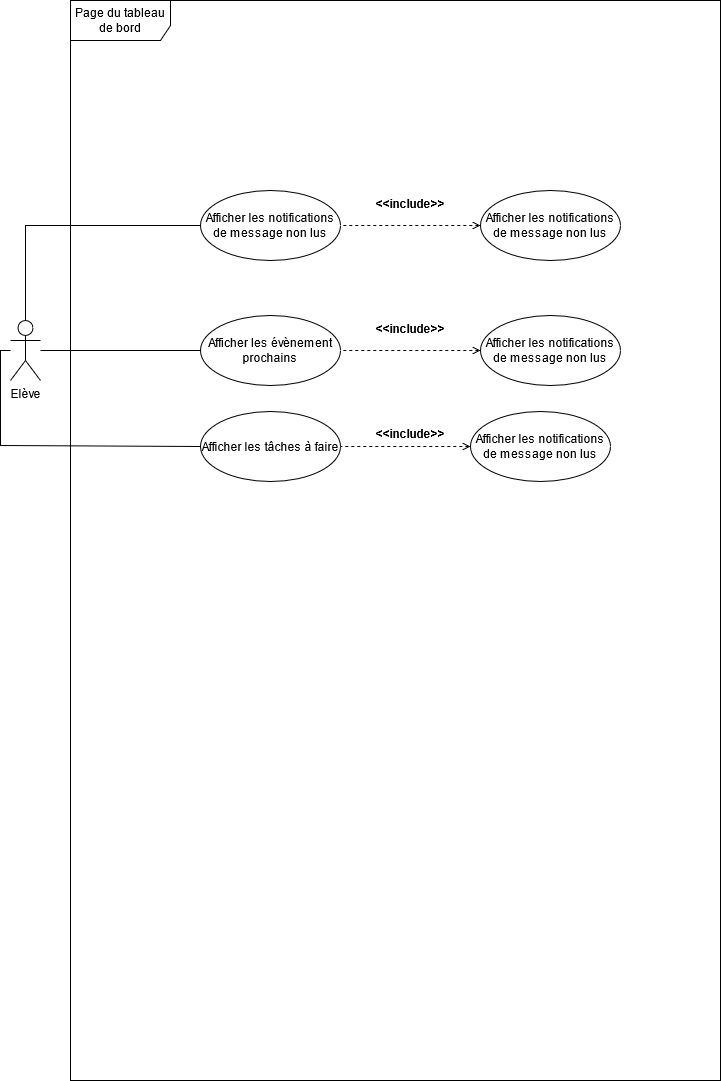
Dany-cm/P3_Designez_une_application keeps this draw.io diagram as UML/uml_page_tableau_de_bord.png. Above is the earlier version. Source tidied: cells renumbered, new cells last; positions are measured from the earlier drawing's top-left corner, leaving out a move shared by most shapes. The source it was exported from:
```xml
<mxGraphModel>
  <root>
    <mxCell id="0" />
    <mxCell id="1" parent="0" />
    <mxCell id="2" style="edgeStyle=orthogonalEdgeStyle;rounded=0;sketch=0;jettySize=auto;html=1;entryX=0;entryY=0.5;entryDx=0;entryDy=0;endArrow=none;endFill=0;" parent="1" edge="1" source="5" target="8">
      <mxGeometry relative="1" as="geometry">
        <Array as="points">
          <mxPoint x="25" y="225" />
        </Array>
      </mxGeometry>
    </mxCell>
    <mxCell id="3" style="edgeStyle=orthogonalEdgeStyle;rounded=0;sketch=0;jettySize=auto;html=1;entryX=0;entryY=0.5;entryDx=0;entryDy=0;endArrow=none;endFill=0;" parent="1" edge="1" source="5" target="9">
      <mxGeometry relative="1" as="geometry">
        <Array as="points">
          <mxPoint y="350" />
          <mxPoint y="445" />
        </Array>
      </mxGeometry>
    </mxCell>
    <mxCell id="4" style="edgeStyle=orthogonalEdgeStyle;rounded=0;sketch=0;jettySize=auto;html=1;startArrow=none;startFill=0;endArrow=none;endFill=0;" parent="1" edge="1" source="5" target="7">
      <mxGeometry relative="1" as="geometry" />
    </mxCell>
    <mxCell id="5" value="Elève" style="shape=umlActor;verticalLabelPosition=bottom;verticalAlign=top;html=1;" parent="1" vertex="1">
      <mxGeometry x="10" y="320" width="30" height="60" as="geometry" />
    </mxCell>
    <mxCell id="6" value="Page du tableau de bord" style="shape=umlFrame;whiteSpace=wrap;html=1;width=100;height=40;" parent="1" vertex="1">
      <mxGeometry x="70" width="650" height="1080" as="geometry" />
    </mxCell>
    <mxCell id="7" value="Afficher les évènement prochains" style="ellipse;whiteSpace=wrap;html=1;" parent="1" vertex="1">
      <mxGeometry x="200" y="315" width="140" height="70" as="geometry" />
    </mxCell>
    <mxCell id="8" value="Afficher les notifications de message non lus" style="ellipse;whiteSpace=wrap;html=1;" parent="1" vertex="1">
      <mxGeometry x="200" y="190" width="140" height="70" as="geometry" />
    </mxCell>
    <mxCell id="9" value="Afficher les tâches à faire" style="ellipse;whiteSpace=wrap;html=1;" parent="1" vertex="1">
      <mxGeometry x="200" y="411" width="140" height="70" as="geometry" />
    </mxCell>
    <mxCell id="10" style="edgeStyle=orthogonalEdgeStyle;rounded=0;sketch=0;jettySize=auto;html=1;entryX=1;entryY=0.5;entryDx=0;entryDy=0;startArrow=open;startFill=0;endArrow=none;endFill=0;dashed=1;" parent="1" edge="1" source="11" target="8">
      <mxGeometry relative="1" as="geometry" />
    </mxCell>
    <mxCell id="11" value="Afficher les notifications de message non lus" style="ellipse;whiteSpace=wrap;html=1;" parent="1" vertex="1">
      <mxGeometry x="480" y="190" width="140" height="70" as="geometry" />
    </mxCell>
    <mxCell id="12" style="edgeStyle=orthogonalEdgeStyle;rounded=0;sketch=0;jettySize=auto;html=1;dashed=1;startArrow=open;startFill=0;endArrow=none;endFill=0;" parent="1" edge="1" source="13" target="7">
      <mxGeometry relative="1" as="geometry" />
    </mxCell>
    <mxCell id="13" value="Afficher les notifications de message non lus" style="ellipse;whiteSpace=wrap;html=1;" parent="1" vertex="1">
      <mxGeometry x="480" y="315" width="140" height="70" as="geometry" />
    </mxCell>
    <mxCell id="14" style="edgeStyle=orthogonalEdgeStyle;rounded=0;sketch=0;jettySize=auto;html=1;dashed=1;startArrow=open;startFill=0;endArrow=none;endFill=0;" parent="1" edge="1" source="15" target="9">
      <mxGeometry relative="1" as="geometry" />
    </mxCell>
    <mxCell id="15" value="Afficher les notifications de message non lus" style="ellipse;whiteSpace=wrap;html=1;" parent="1" vertex="1">
      <mxGeometry x="470" y="411" width="140" height="70" as="geometry" />
    </mxCell>
    <mxCell id="16" value="&lt;&lt;include&gt;&gt;" style="text;align=center;fontStyle=1;verticalAlign=middle;spacingLeft=3;spacingRight=3;strokeColor=none;" parent="1" vertex="1">
      <mxGeometry x="370" y="190" width="80" height="26" as="geometry" />
    </mxCell>
    <mxCell id="17" value="&lt;&lt;include&gt;&gt;" style="text;align=center;fontStyle=1;verticalAlign=middle;spacingLeft=3;spacingRight=3;strokeColor=none;" parent="1" vertex="1">
      <mxGeometry x="370" y="420" width="80" height="26" as="geometry" />
    </mxCell>
    <mxCell id="18" value="&lt;&lt;include&gt;&gt;" style="text;align=center;fontStyle=1;verticalAlign=middle;spacingLeft=3;spacingRight=3;strokeColor=none;" parent="1" vertex="1">
      <mxGeometry x="370" y="315" width="80" height="26" as="geometry" />
    </mxCell>
  </root>
</mxGraphModel>
```
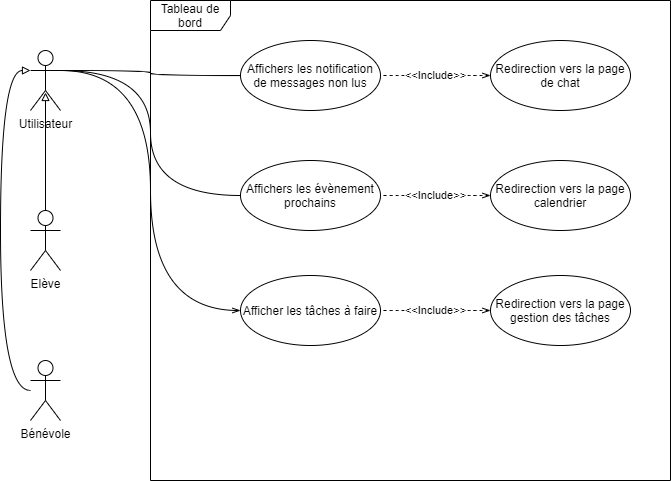
Above is the later version.

What changed in the source:
```diff
@@ -2,65 +2,64 @@
   <root>
     <mxCell id="0" />
     <mxCell id="1" parent="0" />
-    <mxCell id="2" style="edgeStyle=orthogonalEdgeStyle;rounded=0;sketch=0;jettySize=auto;html=1;entryX=0;entryY=0.5;entryDx=0;entryDy=0;endArrow=none;endFill=0;" parent="1" edge="1" source="5" target="8">
-      <mxGeometry relative="1" as="geometry">
-        <Array as="points">
-          <mxPoint x="25" y="225" />
-        </Array>
-      </mxGeometry>
-    </mxCell>
-    <mxCell id="3" style="edgeStyle=orthogonalEdgeStyle;rounded=0;sketch=0;jettySize=auto;html=1;entryX=0;entryY=0.5;entryDx=0;entryDy=0;endArrow=none;endFill=0;" parent="1" edge="1" source="5" target="9">
-      <mxGeometry relative="1" as="geometry">
-        <Array as="points">
-          <mxPoint y="350" />
-          <mxPoint y="445" />
-        </Array>
-      </mxGeometry>
-    </mxCell>
-    <mxCell id="4" style="edgeStyle=orthogonalEdgeStyle;rounded=0;sketch=0;jettySize=auto;html=1;startArrow=none;startFill=0;endArrow=none;endFill=0;" parent="1" edge="1" source="5" target="7">
-      <mxGeometry relative="1" as="geometry" />
-    </mxCell>
+    <mxCell id="19" value="Utilisateur" style="shape=umlActor;verticalLabelPosition=bottom;verticalAlign=top;html=1;" parent="1" vertex="1">
+      <mxGeometry x="-10" y="270" width="30" height="60" as="geometry" />
+    </mxCell>
+    <mxCell id="20" style="edgeStyle=orthogonalEdgeStyle;curved=1;jettySize=auto;html=1;entryX=0.5;entryY=0.7;entryDx=0;entryDy=0;entryPerimeter=0;endArrow=block;endFill=0;" parent="1" edge="1" source="5" target="19">
+      <mxGeometry relative="1" as="geometry" />
+    </mxCell>
     <mxCell id="5" value="Elève" style="shape=umlActor;verticalLabelPosition=bottom;verticalAlign=top;html=1;" parent="1" vertex="1">
-      <mxGeometry x="10" y="320" width="30" height="60" as="geometry" />
+      <mxGeometry x="-10" y="430" width="30" height="60" as="geometry" />
     </mxCell>
-    <mxCell id="6" value="Page du tableau de bord" style="shape=umlFrame;whiteSpace=wrap;html=1;width=100;height=40;" parent="1" vertex="1">
-      <mxGeometry x="70" width="650" height="1080" as="geometry" />
-    </mxCell>
-    <mxCell id="7" value="Afficher les évènement prochains" style="ellipse;whiteSpace=wrap;html=1;" parent="1" vertex="1">
-      <mxGeometry x="200" y="315" width="140" height="70" as="geometry" />
-    </mxCell>
-    <mxCell id="8" value="Afficher les notifications de message non lus" style="ellipse;whiteSpace=wrap;html=1;" parent="1" vertex="1">
-      <mxGeometry x="200" y="190" width="140" height="70" as="geometry" />
-    </mxCell>
+    <mxCell id="21" style="edgeStyle=orthogonalEdgeStyle;curved=1;jettySize=auto;html=1;entryX=0;entryY=0.3333333333333333;entryDx=0;entryDy=0;entryPerimeter=0;endArrow=block;endFill=0;" parent="1" edge="1" source="22" target="19">
+      <mxGeometry relative="1" as="geometry">
+        <Array as="points">
+          <mxPoint x="-40" y="610" />
+          <mxPoint x="-40" y="290" />
+        </Array>
+      </mxGeometry>
+    </mxCell>
+    <mxCell id="22" value="Bénévole" style="shape=umlActor;verticalLabelPosition=bottom;verticalAlign=top;html=1;" parent="1" vertex="1">
+      <mxGeometry x="-10" y="580" width="30" height="60" as="geometry" />
+    </mxCell>
+    <mxCell id="23" value="Tableau de bord" style="shape=umlFrame;whiteSpace=wrap;html=1;width=80;height=30;" parent="1" vertex="1">
+      <mxGeometry x="110" y="220" width="520" height="480" as="geometry" />
+    </mxCell>
+    <mxCell id="24" style="edgeStyle=orthogonalEdgeStyle;curved=1;jettySize=auto;html=1;entryX=1;entryY=0.3333333333333333;entryDx=0;entryDy=0;entryPerimeter=0;startArrow=none;startFill=0;endArrow=none;endFill=0;" parent="1" edge="1" source="25" target="19">
+      <mxGeometry relative="1" as="geometry" />
+    </mxCell>
+    <mxCell id="25" value="Affichers les évènement prochains" style="ellipse;whiteSpace=wrap;html=1;" parent="1" vertex="1">
+      <mxGeometry x="200" y="380" width="140" height="70" as="geometry" />
+    </mxCell>
+    <mxCell id="26" style="edgeStyle=orthogonalEdgeStyle;curved=1;jettySize=auto;html=1;entryX=1;entryY=0.3333333333333333;entryDx=0;entryDy=0;entryPerimeter=0;startArrow=none;startFill=0;endArrow=none;endFill=0;" parent="1" edge="1" source="27" target="19">
+      <mxGeometry relative="1" as="geometry" />
+    </mxCell>
+    <mxCell id="27" value="Affichers les notification de messages non lus" style="ellipse;whiteSpace=wrap;html=1;" parent="1" vertex="1">
+      <mxGeometry x="200" y="260" width="140" height="70" as="geometry" />
+    </mxCell>
+    <mxCell id="28" style="edgeStyle=orthogonalEdgeStyle;curved=1;jettySize=auto;html=1;entryX=1;entryY=0.3333333333333333;entryDx=0;entryDy=0;entryPerimeter=0;startArrow=openThin;startFill=0;endArrow=none;endFill=0;" parent="1" edge="1" source="9" target="19">
+      <mxGeometry relative="1" as="geometry" />
+    </mxCell>
     <mxCell id="9" value="Afficher les tâches à faire" style="ellipse;whiteSpace=wrap;html=1;" parent="1" vertex="1">
-      <mxGeometry x="200" y="411" width="140" height="70" as="geometry" />
+      <mxGeometry x="200" y="495" width="140" height="70" as="geometry" />
     </mxCell>
-    <mxCell id="10" style="edgeStyle=orthogonalEdgeStyle;rounded=0;sketch=0;jettySize=auto;html=1;entryX=1;entryY=0.5;entryDx=0;entryDy=0;startArrow=open;startFill=0;endArrow=none;endFill=0;dashed=1;" parent="1" edge="1" source="11" target="8">
-      <mxGeometry relative="1" as="geometry" />
-    </mxCell>
-    <mxCell id="11" value="Afficher les notifications de message non lus" style="ellipse;whiteSpace=wrap;html=1;" parent="1" vertex="1">
-      <mxGeometry x="480" y="190" width="140" height="70" as="geometry" />
-    </mxCell>
-    <mxCell id="12" style="edgeStyle=orthogonalEdgeStyle;rounded=0;sketch=0;jettySize=auto;html=1;dashed=1;startArrow=open;startFill=0;endArrow=none;endFill=0;" parent="1" edge="1" source="13" target="7">
-      <mxGeometry relative="1" as="geometry" />
-    </mxCell>
-    <mxCell id="13" value="Afficher les notifications de message non lus" style="ellipse;whiteSpace=wrap;html=1;" parent="1" vertex="1">
-      <mxGeometry x="480" y="315" width="140" height="70" as="geometry" />
-    </mxCell>
-    <mxCell id="14" style="edgeStyle=orthogonalEdgeStyle;rounded=0;sketch=0;jettySize=auto;html=1;dashed=1;startArrow=open;startFill=0;endArrow=none;endFill=0;" parent="1" edge="1" source="15" target="9">
-      <mxGeometry relative="1" as="geometry" />
-    </mxCell>
-    <mxCell id="15" value="Afficher les notifications de message non lus" style="ellipse;whiteSpace=wrap;html=1;" parent="1" vertex="1">
-      <mxGeometry x="470" y="411" width="140" height="70" as="geometry" />
-    </mxCell>
-    <mxCell id="16" value="&lt;&lt;include&gt;&gt;" style="text;align=center;fontStyle=1;verticalAlign=middle;spacingLeft=3;spacingRight=3;strokeColor=none;" parent="1" vertex="1">
-      <mxGeometry x="370" y="190" width="80" height="26" as="geometry" />
-    </mxCell>
-    <mxCell id="17" value="&lt;&lt;include&gt;&gt;" style="text;align=center;fontStyle=1;verticalAlign=middle;spacingLeft=3;spacingRight=3;strokeColor=none;" parent="1" vertex="1">
-      <mxGeometry x="370" y="420" width="80" height="26" as="geometry" />
-    </mxCell>
-    <mxCell id="18" value="&lt;&lt;include&gt;&gt;" style="text;align=center;fontStyle=1;verticalAlign=middle;spacingLeft=3;spacingRight=3;strokeColor=none;" parent="1" vertex="1">
-      <mxGeometry x="370" y="315" width="80" height="26" as="geometry" />
-    </mxCell>
+    <mxCell id="29" value="&amp;lt;&amp;lt;Include&amp;gt;&amp;gt;" style="edgeStyle=orthogonalEdgeStyle;curved=1;jettySize=auto;html=1;dashed=1;startArrow=openThin;startFill=0;endArrow=none;endFill=0;" parent="1" edge="1" source="30" target="27">
+      <mxGeometry relative="1" as="geometry" />
+    </mxCell>
+    <mxCell id="30" value="Redirection vers la page de chat" style="ellipse;whiteSpace=wrap;html=1;" parent="1" vertex="1">
+      <mxGeometry x="450" y="260" width="140" height="70" as="geometry" />
+    </mxCell>
+    <mxCell id="31" value="&amp;lt;&amp;lt;Include&amp;gt;&amp;gt;" style="edgeStyle=orthogonalEdgeStyle;curved=1;jettySize=auto;html=1;entryX=1;entryY=0.5;entryDx=0;entryDy=0;startArrow=openThin;startFill=0;endArrow=none;endFill=0;dashed=1;" parent="1" edge="1" source="32" target="25">
+      <mxGeometry relative="1" as="geometry" />
+    </mxCell>
+    <mxCell id="32" value="Redirection vers la page calendrier" style="ellipse;whiteSpace=wrap;html=1;" parent="1" vertex="1">
+      <mxGeometry x="450" y="380" width="140" height="70" as="geometry" />
+    </mxCell>
+    <mxCell id="33" value="&amp;lt;&amp;lt;Include&amp;gt;&amp;gt;" style="edgeStyle=orthogonalEdgeStyle;curved=1;jettySize=auto;html=1;entryX=1;entryY=0.5;entryDx=0;entryDy=0;startArrow=openThin;startFill=0;endArrow=none;endFill=0;dashed=1;" parent="1" edge="1" source="34" target="9">
+      <mxGeometry relative="1" as="geometry" />
+    </mxCell>
+    <mxCell id="34" value="Redirection vers la page gestion des tâches" style="ellipse;whiteSpace=wrap;html=1;" parent="1" vertex="1">
+      <mxGeometry x="450" y="495" width="140" height="70" as="geometry" />
+    </mxCell>
   </root>
 </mxGraphModel>
```
